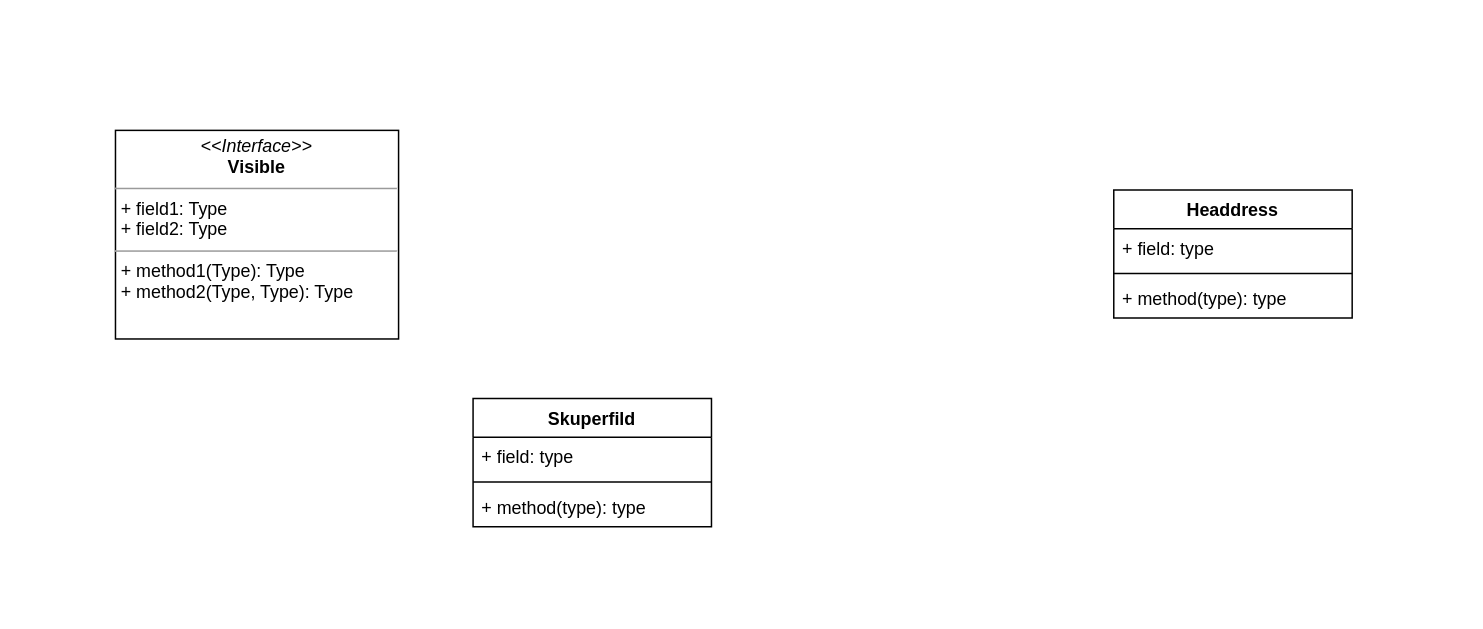
The draw.io diagram Диаграмма без названия.drawio in CrazyCapislav/testgradle, before the edit. Source tidied: cells renumbered, new cells numbered last; positions are measured from the earlier drawing's top-left corner, leaving out a move shared by most shapes. Both pictures are drawn from the tidied source at 149%, with x=0, y=0 at pixel (115, 130).
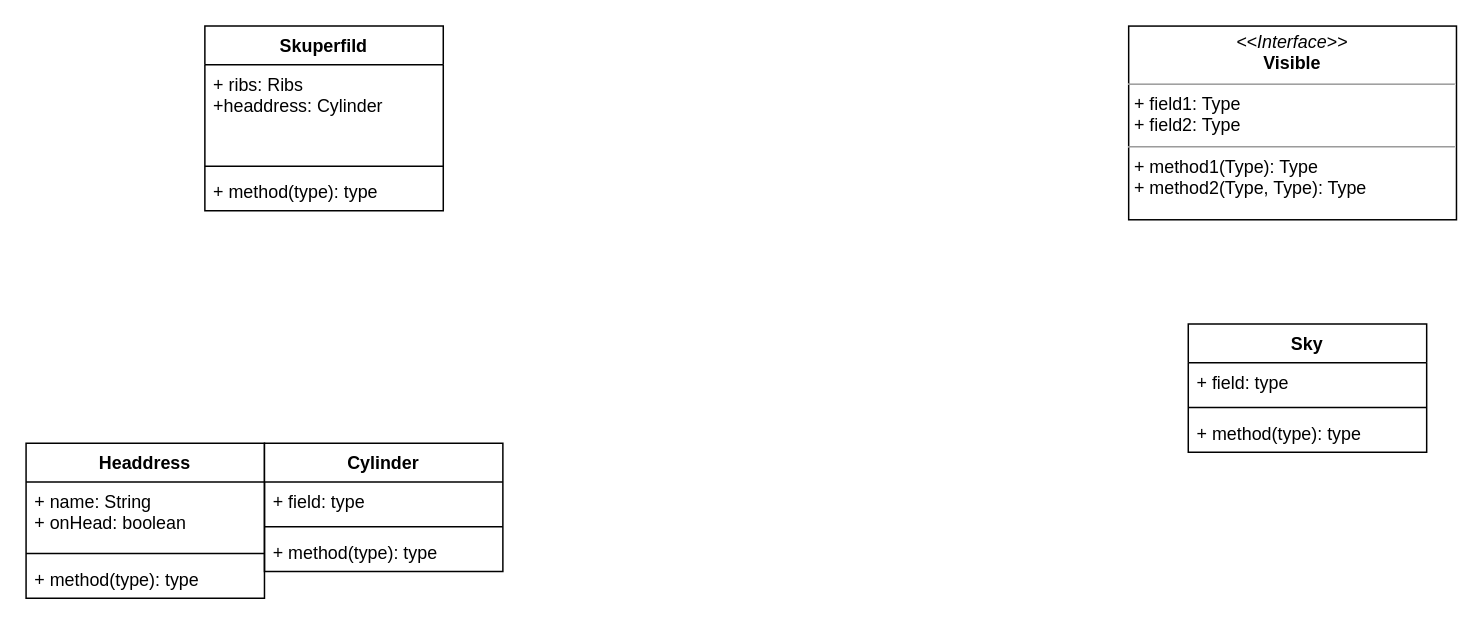
The same page after the edit.

The edit, as a diff of the source:
```diff
@@
 <mxGraphModel>
   <root>
     <mxCell id="0" />
     <mxCell id="1" parent="0" />
     <mxCell id="2" value="Skuperfild" style="swimlane;fontStyle=1;align=center;verticalAlign=top;horizontal=1;startSize=26;" parent="1" vertex="1">
-      <mxGeometry x="240" y="180" width="160" height="86" as="geometry" />
+      <mxGeometry x="60" y="-70" width="160" height="124" as="geometry" />
     </mxCell>
-    <mxCell id="3" value="+ field: type" style="text;strokeColor=none;fillColor=none;align=left;verticalAlign=top;spacingLeft=4;spacingRight=4;overflow=hidden;" parent="2" vertex="1">
-      <mxGeometry y="26" width="160" height="26" as="geometry" />
+    <mxCell id="3" value="+ ribs: Ribs&#10;+headdress: Cylinder" style="text;strokeColor=none;fillColor=none;align=left;verticalAlign=top;spacingLeft=4;spacingRight=4;overflow=hidden;" parent="2" vertex="1">
+      <mxGeometry y="26" width="160" height="64" as="geometry" />
     </mxCell>
     <mxCell id="4" style="line;strokeWidth=1;fillColor=none;align=left;verticalAlign=middle;spacingTop=-1;spacingLeft=3;spacingRight=3;labelPosition=right;strokeColor=inherit;" parent="2" vertex="1">
-      <mxGeometry y="52" width="160" height="8" as="geometry" />
+      <mxGeometry y="90" width="160" height="8" as="geometry" />
     </mxCell>
     <mxCell id="5" value="+ method(type): type" style="text;strokeColor=none;fillColor=none;align=left;verticalAlign=top;spacingLeft=4;spacingRight=4;overflow=hidden;" parent="2" vertex="1">
-      <mxGeometry y="60" width="160" height="26" as="geometry" />
+      <mxGeometry y="98" width="160" height="26" as="geometry" />
     </mxCell>
     <mxCell id="6" value="&lt;p style=&quot;margin:0px;margin-top:4px;text-align:center;&quot;&gt;&lt;i&gt;&amp;lt;&amp;lt;Interface&amp;gt;&amp;gt;&lt;/i&gt;&lt;br&gt;&lt;b&gt;Visible&lt;/b&gt;&lt;/p&gt;&lt;hr size=&quot;1&quot;&gt;&lt;p style=&quot;margin:0px;margin-left:4px;&quot;&gt;+ field1: Type&lt;br&gt;+ field2: Type&lt;/p&gt;&lt;hr size=&quot;1&quot;&gt;&lt;p style=&quot;margin:0px;margin-left:4px;&quot;&gt;+ method1(Type): Type&lt;br&gt;+ method2(Type, Type): Type&lt;/p&gt;" style="verticalAlign=top;align=left;overflow=fill;fontSize=12;fontFamily=Helvetica;html=1;" parent="1" vertex="1">
-      <mxGeometry width="190" height="140" as="geometry" />
+      <mxGeometry x="680" y="-70" width="220" height="130" as="geometry" />
     </mxCell>
     <mxCell id="7" value="Headdress" style="swimlane;fontStyle=1;align=center;verticalAlign=top;horizontal=1;startSize=26;" parent="1" vertex="1">
-      <mxGeometry x="670" y="40" width="160" height="86" as="geometry" />
+      <mxGeometry x="-60" y="210" width="160" height="104" as="geometry" />
     </mxCell>
-    <mxCell id="8" value="+ field: type" style="text;strokeColor=none;fillColor=none;align=left;verticalAlign=top;spacingLeft=4;spacingRight=4;overflow=hidden;" parent="7" vertex="1">
-      <mxGeometry y="26" width="160" height="26" as="geometry" />
+    <mxCell id="8" value="+ name: String&#10;+ onHead: boolean" style="text;strokeColor=none;fillColor=none;align=left;verticalAlign=top;spacingLeft=4;spacingRight=4;overflow=hidden;" parent="7" vertex="1">
+      <mxGeometry y="26" width="160" height="44" as="geometry" />
     </mxCell>
     <mxCell id="9" style="line;strokeWidth=1;fillColor=none;align=left;verticalAlign=middle;spacingTop=-1;spacingLeft=3;spacingRight=3;labelPosition=right;strokeColor=inherit;" parent="7" vertex="1">
-      <mxGeometry y="52" width="160" height="8" as="geometry" />
+      <mxGeometry y="70" width="160" height="8" as="geometry" />
     </mxCell>
     <mxCell id="10" value="+ method(type): type" style="text;strokeColor=none;fillColor=none;align=left;verticalAlign=top;spacingLeft=4;spacingRight=4;overflow=hidden;" parent="7" vertex="1">
-      <mxGeometry y="60" width="160" height="26" as="geometry" />
+      <mxGeometry y="78" width="160" height="26" as="geometry" />
     </mxCell>
+    <mxCell id="11" value="Cylinder" style="swimlane;fontStyle=1;align=center;verticalAlign=top;horizontal=1;startSize=26;" parent="1" vertex="1">
+      <mxGeometry x="100" y="210" width="160" height="86" as="geometry" />
+    </mxCell>
+    <mxCell id="12" value="+ field: type" style="text;strokeColor=none;fillColor=none;align=left;verticalAlign=top;spacingLeft=4;spacingRight=4;overflow=hidden;" parent="11" vertex="1">
+      <mxGeometry y="26" width="160" height="26" as="geometry" />
+    </mxCell>
+    <mxCell id="13" style="line;strokeWidth=1;fillColor=none;align=left;verticalAlign=middle;spacingTop=-1;spacingLeft=3;spacingRight=3;labelPosition=right;strokeColor=inherit;" parent="11" vertex="1">
+      <mxGeometry y="52" width="160" height="8" as="geometry" />
+    </mxCell>
+    <mxCell id="14" value="+ method(type): type" style="text;strokeColor=none;fillColor=none;align=left;verticalAlign=top;spacingLeft=4;spacingRight=4;overflow=hidden;" parent="11" vertex="1">
+      <mxGeometry y="60" width="160" height="26" as="geometry" />
+    </mxCell>
+    <mxCell id="15" value="Sky" style="swimlane;fontStyle=1;align=center;verticalAlign=top;horizontal=1;startSize=26;" parent="1" vertex="1">
+      <mxGeometry x="720" y="130" width="160" height="86" as="geometry" />
+    </mxCell>
+    <mxCell id="16" value="+ field: type" style="text;strokeColor=none;fillColor=none;align=left;verticalAlign=top;spacingLeft=4;spacingRight=4;overflow=hidden;" parent="15" vertex="1">
+      <mxGeometry y="26" width="160" height="26" as="geometry" />
+    </mxCell>
+    <mxCell id="17" style="line;strokeWidth=1;fillColor=none;align=left;verticalAlign=middle;spacingTop=-1;spacingLeft=3;spacingRight=3;labelPosition=right;strokeColor=inherit;" parent="15" vertex="1">
+      <mxGeometry y="52" width="160" height="8" as="geometry" />
+    </mxCell>
+    <mxCell id="18" value="+ method(type): type" style="text;strokeColor=none;fillColor=none;align=left;verticalAlign=top;spacingLeft=4;spacingRight=4;overflow=hidden;" parent="15" vertex="1">
+      <mxGeometry y="60" width="160" height="26" as="geometry" />
+    </mxCell>
   </root>
 </mxGraphModel>
```
